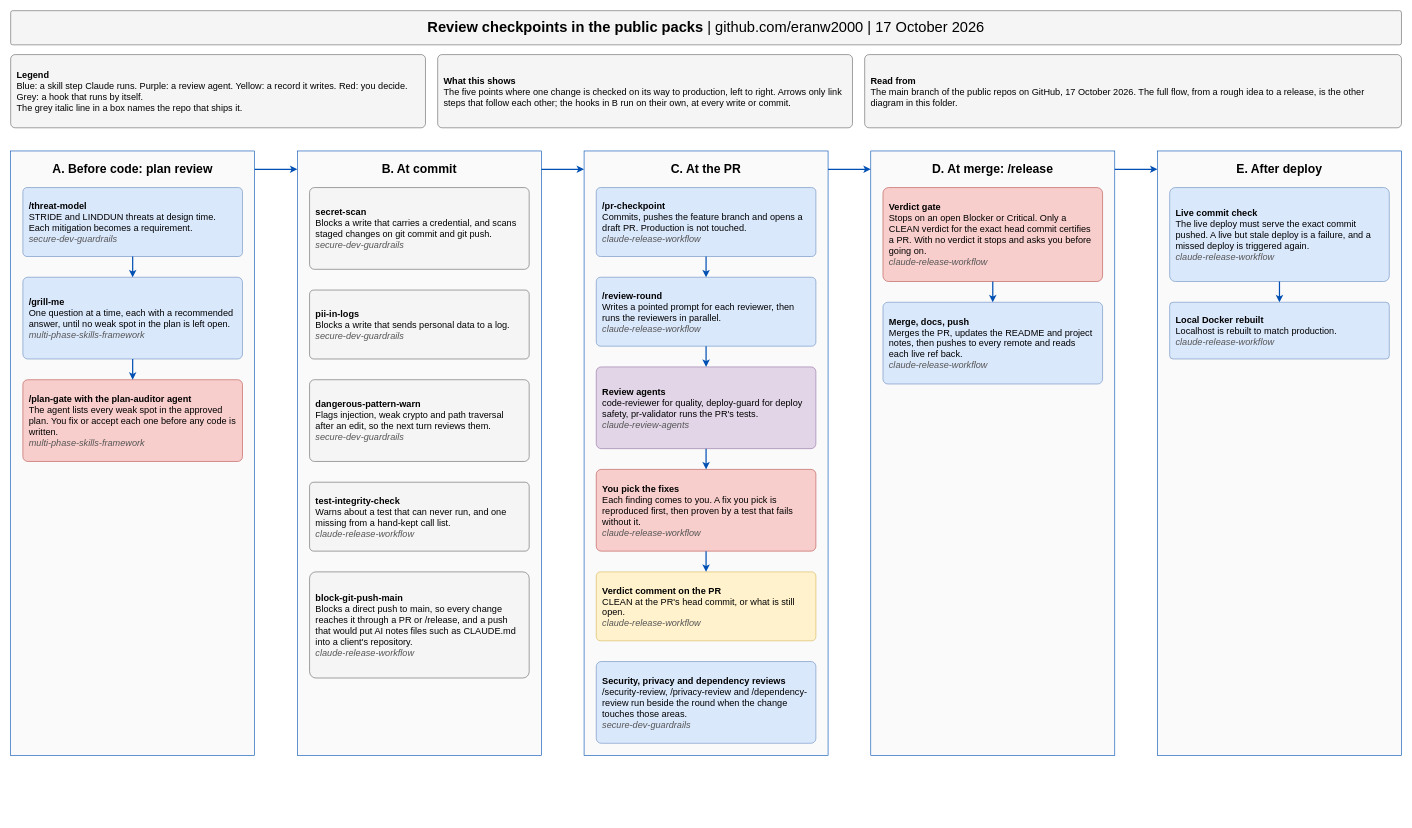
Earlier version of the draw.io diagram docs/review-checkpoints.drawio (eranw2000/eranw2000). Source tidied: cells renumbered, new cells numbered last; positions are measured from the earlier drawing's top-left corner, leaving out a move shared by most shapes. Both pictures are drawn from the tidied source at 61%, with x=0, y=0 at pixel (10, 10).
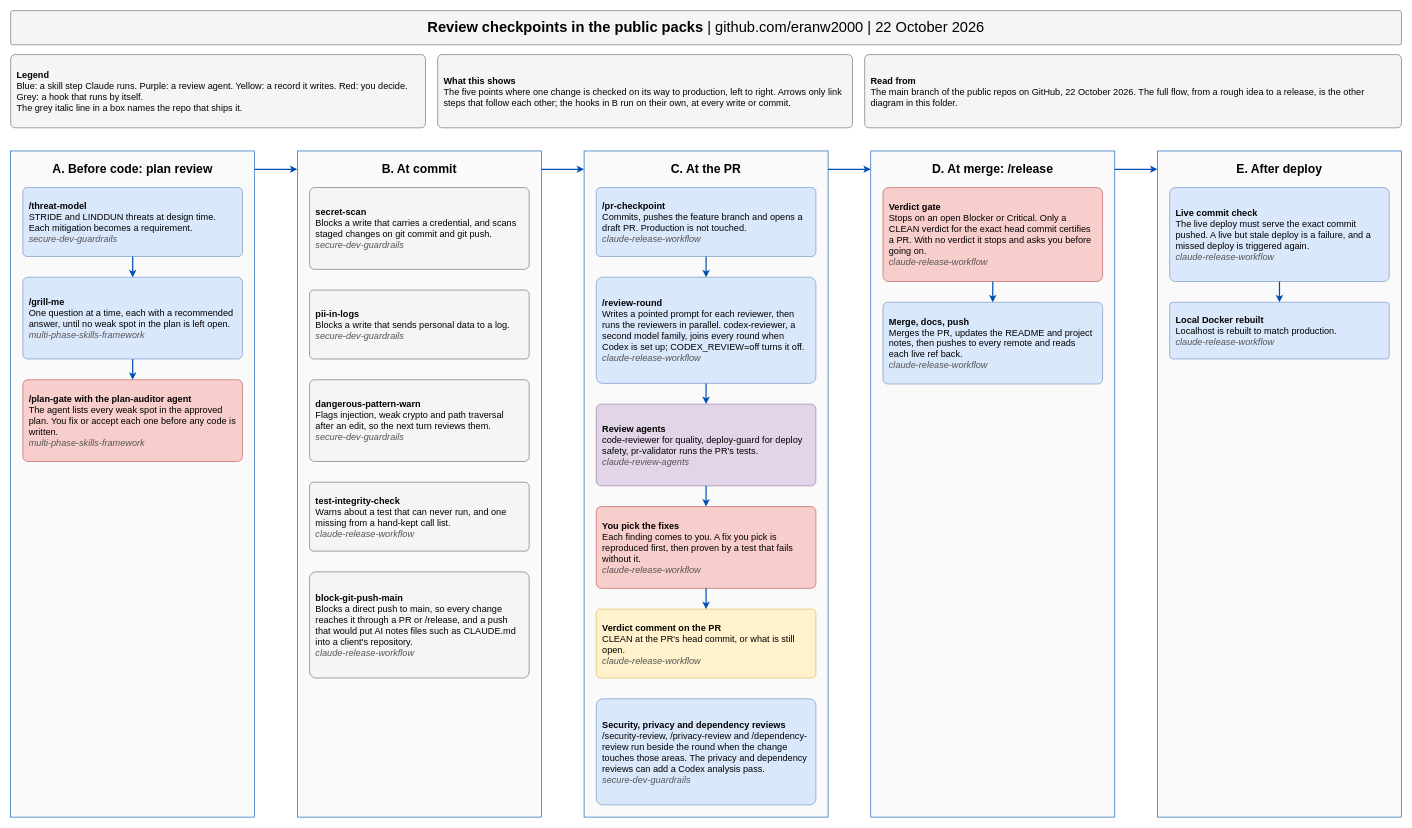
The same diagram, later.

Commit message (it also covers changes not shown here):
Flow diagrams: the optional codex-reviewer in review-round and pr-checkpoint, and the Codex pass in the security skills

The edit, as a diff of the source:
```diff
@@
-    <mxCell id="2" value="&lt;b&gt;Review checkpoints in the public packs&lt;/b&gt;  |  github.com/eranw2000  |  17 October 2026" style="rounded=1;arcSize=6;whiteSpace=wrap;fontSize=24;fontFamily=Helvetica;spacing=10;align=center;verticalAlign=middle;fillColor=#f5f5f5;strokeColor=#666666;html=1;" parent="1" vertex="1">
+    <mxCell id="2" value="&lt;b&gt;Review checkpoints in the public packs&lt;/b&gt;  |  github.com/eranw2000  |  22 October 2026" style="rounded=1;arcSize=6;whiteSpace=wrap;fontSize=24;fontFamily=Helvetica;spacing=10;align=center;verticalAlign=middle;fillColor=#f5f5f5;strokeColor=#666666;html=1;" parent="1" vertex="1">
       <mxGeometry width="2280" height="56" as="geometry" />
     </mxCell>
@@
-    <mxCell id="5" value="&lt;b&gt;Read from&lt;/b&gt;&lt;br&gt;The main branch of the public repos on GitHub, 17 October 2026. The full flow, from a rough idea to a release, is the other diagram in this folder." style="rounded=1;arcSize=6;whiteSpace=wrap;fontSize=15;fontFamily=Helvetica;spacing=10;align=left;verticalAlign=middle;fillColor=#f5f5f5;strokeColor=#666666;html=1;" parent="1" vertex="1">
+    <mxCell id="5" value="&lt;b&gt;Read from&lt;/b&gt;&lt;br&gt;The main branch of the public repos on GitHub, 22 October 2026. The full flow, from a rough idea to a release, is the other diagram in this folder." style="rounded=1;arcSize=6;whiteSpace=wrap;fontSize=15;fontFamily=Helvetica;spacing=10;align=left;verticalAlign=middle;fillColor=#f5f5f5;strokeColor=#666666;html=1;" parent="1" vertex="1">
       <mxGeometry x="1400" y="72" width="880" height="120" as="geometry" />
     </mxCell>
     <mxCell id="6" value="A. Before code: plan review" style="rounded=0;whiteSpace=wrap;fillColor=#fafafa;strokeColor=#0050b3;fontStyle=1;fontSize=20;verticalAlign=top;align=center;spacingTop=10;fontFamily=Helvetica;html=1;" parent="1" vertex="1">
-      <mxGeometry y="230" width="400" height="991" as="geometry" />
+      <mxGeometry y="230" width="400" height="1092" as="geometry" />
     </mxCell>
@@
     <mxCell id="10" value="B. At commit" style="rounded=0;whiteSpace=wrap;fillColor=#fafafa;strokeColor=#0050b3;fontStyle=1;fontSize=20;verticalAlign=top;align=center;spacingTop=10;fontFamily=Helvetica;html=1;" parent="1" vertex="1">
-      <mxGeometry x="470" y="230" width="400" height="991" as="geometry" />
+      <mxGeometry x="470" y="230" width="400" height="1092" as="geometry" />
     </mxCell>
@@
     <mxCell id="16" value="C. At the PR" style="rounded=0;whiteSpace=wrap;fillColor=#fafafa;strokeColor=#0050b3;fontStyle=1;fontSize=20;verticalAlign=top;align=center;spacingTop=10;fontFamily=Helvetica;html=1;" parent="1" vertex="1">
-      <mxGeometry x="940" y="230" width="400" height="991" as="geometry" />
+      <mxGeometry x="940" y="230" width="400" height="1092" as="geometry" />
     </mxCell>
@@
-    <mxCell id="18" value="&lt;b&gt;/review-round&lt;/b&gt;&lt;br&gt;Writes a pointed prompt for each reviewer, then runs the reviewers in parallel.&lt;br&gt;&lt;i&gt;&lt;font color=&quot;#555555&quot;&gt;claude-release-workflow&lt;/font&gt;&lt;/i&gt;" style="rounded=1;arcSize=6;whiteSpace=wrap;fontSize=15;fontFamily=Helvetica;spacing=10;align=left;verticalAlign=middle;fillColor=#dae8fc;strokeColor=#6c8ebf;html=1;" parent="16" vertex="1">
-      <mxGeometry x="20" y="207" width="360" height="113" as="geometry" />
+    <mxCell id="18" value="&lt;b&gt;/review-round&lt;/b&gt;&lt;br&gt;Writes a pointed prompt for each reviewer, then runs the reviewers in parallel. codex-reviewer, a second model family, joins every round when Codex is set up; CODEX_REVIEW=off turns it off.&lt;br&gt;&lt;i&gt;&lt;font color=&quot;#555555&quot;&gt;claude-release-workflow&lt;/font&gt;&lt;/i&gt;" style="rounded=1;arcSize=6;whiteSpace=wrap;fontSize=15;fontFamily=Helvetica;spacing=10;align=left;verticalAlign=middle;fillColor=#dae8fc;strokeColor=#6c8ebf;html=1;" parent="16" vertex="1">
+      <mxGeometry x="20" y="207" width="360" height="174" as="geometry" />
     </mxCell>
     <mxCell id="19" value="&lt;b&gt;Review agents&lt;/b&gt;&lt;br&gt;code-reviewer for quality, deploy-guard for deploy safety, pr-validator runs the PR&amp;#x27;s tests.&lt;br&gt;&lt;i&gt;&lt;font color=&quot;#555555&quot;&gt;claude-review-agents&lt;/font&gt;&lt;/i&gt;" style="rounded=1;arcSize=6;whiteSpace=wrap;fontSize=15;fontFamily=Helvetica;spacing=10;align=left;verticalAlign=middle;fillColor=#e1d5e7;strokeColor=#9673a6;html=1;" parent="16" vertex="1">
-      <mxGeometry x="20" y="354" width="360" height="134" as="geometry" />
+      <mxGeometry x="20" y="415" width="360" height="134" as="geometry" />
     </mxCell>
     <mxCell id="20" value="&lt;b&gt;You pick the fixes&lt;/b&gt;&lt;br&gt;Each finding comes to you. A fix you pick is reproduced first, then proven by a test that fails without it.&lt;br&gt;&lt;i&gt;&lt;font color=&quot;#555555&quot;&gt;claude-release-workflow&lt;/font&gt;&lt;/i&gt;" style="rounded=1;arcSize=6;whiteSpace=wrap;fontSize=15;fontFamily=Helvetica;spacing=10;align=left;verticalAlign=middle;fillColor=#f8cecc;strokeColor=#b85450;html=1;" parent="16" vertex="1">
-      <mxGeometry x="20" y="522" width="360" height="134" as="geometry" />
+      <mxGeometry x="20" y="583" width="360" height="134" as="geometry" />
     </mxCell>
     <mxCell id="21" value="&lt;b&gt;Verdict comment on the PR&lt;/b&gt;&lt;br&gt;CLEAN at the PR&amp;#x27;s head commit, or what is still open.&lt;br&gt;&lt;i&gt;&lt;font color=&quot;#555555&quot;&gt;claude-release-workflow&lt;/font&gt;&lt;/i&gt;" style="rounded=1;arcSize=6;whiteSpace=wrap;fontSize=15;fontFamily=Helvetica;spacing=10;align=left;verticalAlign=middle;fillColor=#fff2cc;strokeColor=#d6b656;html=1;" parent="16" vertex="1">
-      <mxGeometry x="20" y="690" width="360" height="113" as="geometry" />
+      <mxGeometry x="20" y="751" width="360" height="113" as="geometry" />
     </mxCell>
-    <mxCell id="22" value="&lt;b&gt;Security, privacy and dependency reviews&lt;/b&gt;&lt;br&gt;/security-review, /privacy-review and /dependency-review run beside the round when the change touches those areas.&lt;br&gt;&lt;i&gt;&lt;font color=&quot;#555555&quot;&gt;secure-dev-guardrails&lt;/font&gt;&lt;/i&gt;" style="rounded=1;arcSize=6;whiteSpace=wrap;fontSize=15;fontFamily=Helvetica;spacing=10;align=left;verticalAlign=middle;fillColor=#dae8fc;strokeColor=#6c8ebf;html=1;" parent="16" vertex="1">
-      <mxGeometry x="20" y="837" width="360" height="134" as="geometry" />
+    <mxCell id="22" value="&lt;b&gt;Security, privacy and dependency reviews&lt;/b&gt;&lt;br&gt;/security-review, /privacy-review and /dependency-review run beside the round when the change touches those areas. The privacy and dependency reviews can add a Codex analysis pass.&lt;br&gt;&lt;i&gt;&lt;font color=&quot;#555555&quot;&gt;secure-dev-guardrails&lt;/font&gt;&lt;/i&gt;" style="rounded=1;arcSize=6;whiteSpace=wrap;fontSize=15;fontFamily=Helvetica;spacing=10;align=left;verticalAlign=middle;fillColor=#dae8fc;strokeColor=#6c8ebf;html=1;" parent="16" vertex="1">
+      <mxGeometry x="20" y="898" width="360" height="174" as="geometry" />
     </mxCell>
     <mxCell id="23" value="D. At merge: /release" style="rounded=0;whiteSpace=wrap;fillColor=#fafafa;strokeColor=#0050b3;fontStyle=1;fontSize=20;verticalAlign=top;align=center;spacingTop=10;fontFamily=Helvetica;html=1;" parent="1" vertex="1">
-      <mxGeometry x="1410" y="230" width="400" height="991" as="geometry" />
+      <mxGeometry x="1410" y="230" width="400" height="1092" as="geometry" />
     </mxCell>
@@
     <mxCell id="26" value="E. After deploy" style="rounded=0;whiteSpace=wrap;fillColor=#fafafa;strokeColor=#0050b3;fontStyle=1;fontSize=20;verticalAlign=top;align=center;spacingTop=10;fontFamily=Helvetica;html=1;" parent="1" vertex="1">
-      <mxGeometry x="1880" y="230" width="400" height="991" as="geometry" />
+      <mxGeometry x="1880" y="230" width="400" height="1092" as="geometry" />
     </mxCell>
```
